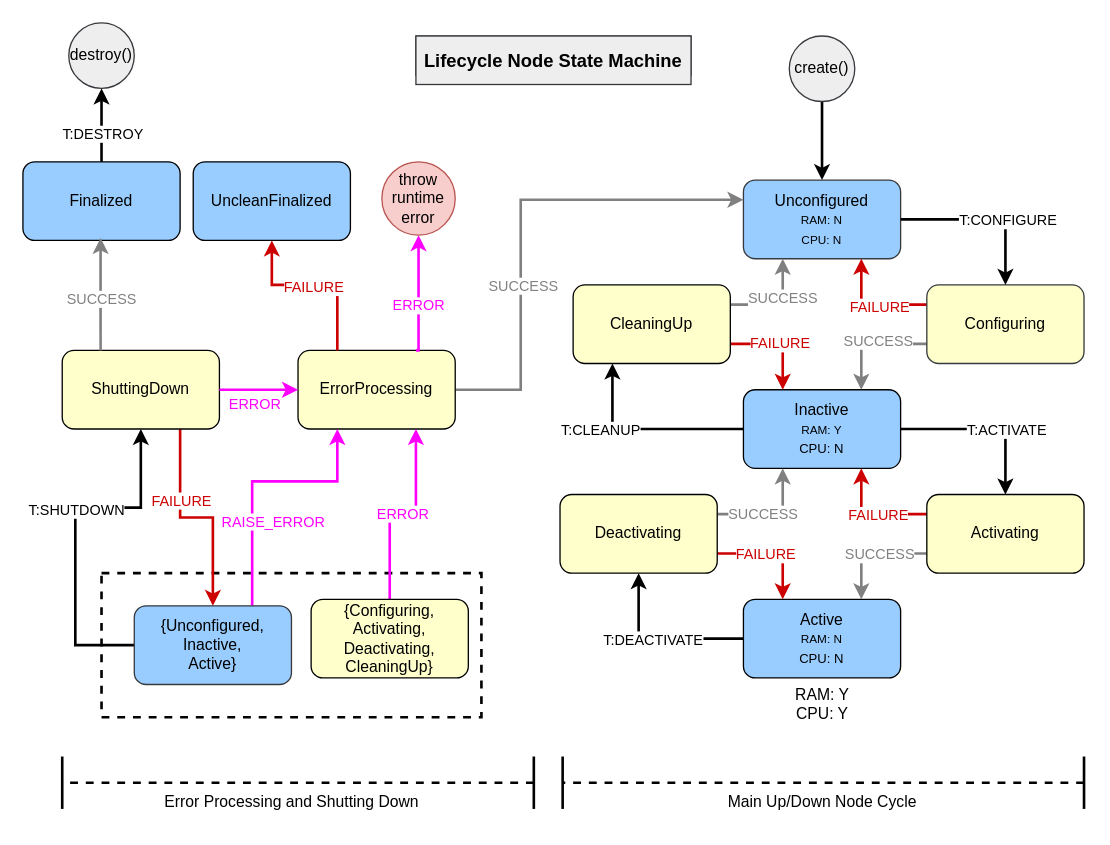
Before: img/node_lifecycle/lifecycle_state_machine.drawio in ros2/design, a draw.io diagram. Source tidied: cells renumbered, new cells numbered last; positions are measured from the earlier drawing's top-left corner, leaving out a move shared by most shapes. Both pictures are drawn from the tidied source at 131%, with x=0, y=0 at pixel (22, 22).
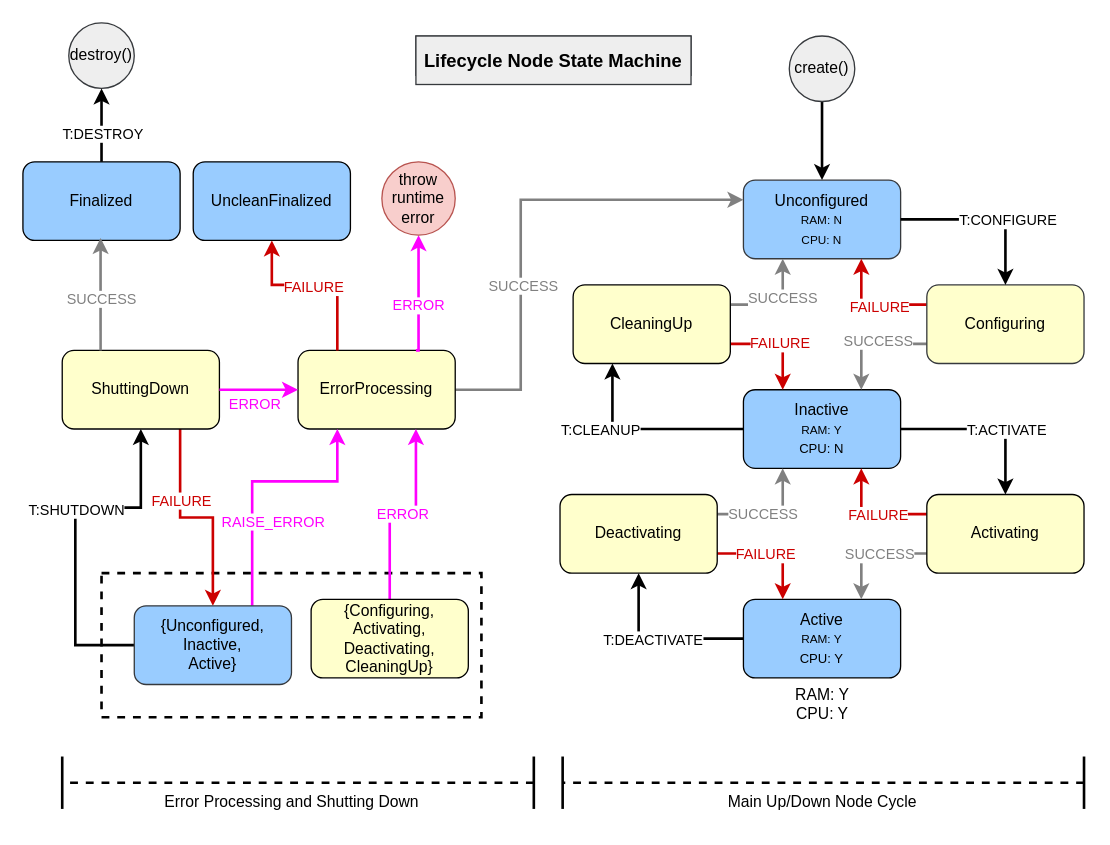
Above is the later version.

Commit message (it also covers changes not shown here):
Fixed typo in state machine diagram

Diff of the diagram source:
```diff
@@
-    <mxCell id="3" value="Active&lt;br&gt;&lt;font style=&quot;border-color: var(--border-color); font-size: 9px;&quot;&gt;RAM: N&lt;br style=&quot;border-color: var(--border-color);&quot;&gt;&lt;/font&gt;&lt;font style=&quot;font-size: 10px;&quot;&gt;CPU: N&lt;/font&gt;" style="rounded=1;whiteSpace=wrap;html=1;fillColor=#99CCFF;" parent="1" vertex="1">
+    <mxCell id="3" value="Active&lt;br&gt;&lt;font style=&quot;border-color: var(--border-color); font-size: 9px;&quot;&gt;RAM: Y&lt;br style=&quot;border-color: var(--border-color);&quot;&gt;&lt;/font&gt;&lt;font style=&quot;font-size: 10px;&quot;&gt;CPU: Y&lt;/font&gt;" style="rounded=1;whiteSpace=wrap;html=1;fillColor=#99CCFF;" parent="1" vertex="1">
       <mxGeometry x="550" y="440" width="120" height="60" as="geometry" />
     </mxCell>
```
